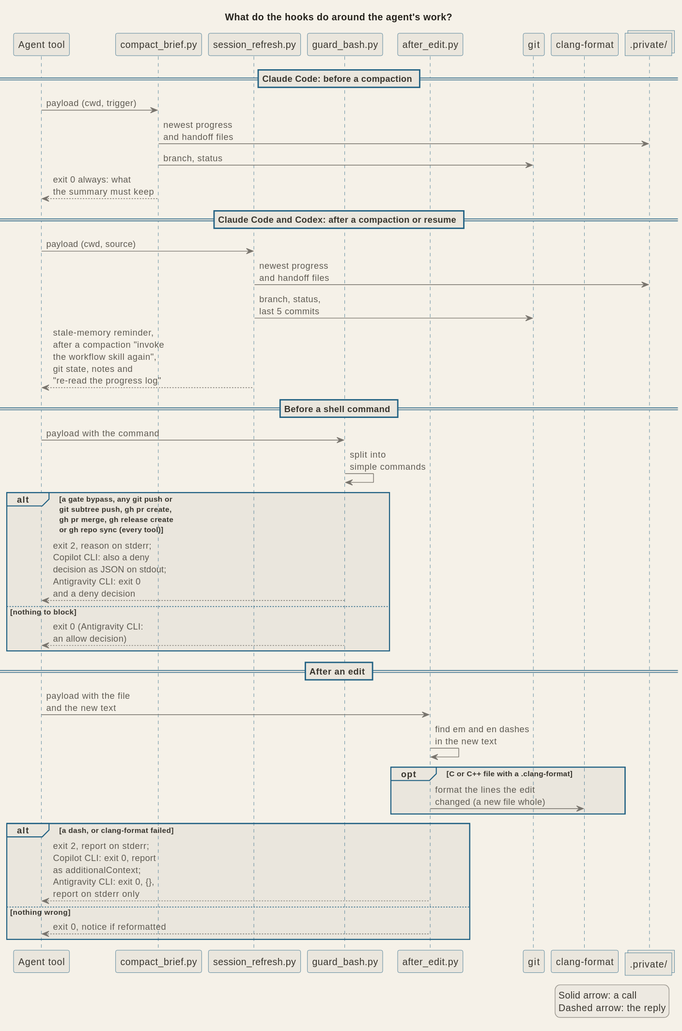
The PlantUML diagram docs/diagrams/arch_hooks.svg in signorenne/dotagents, before a commit.
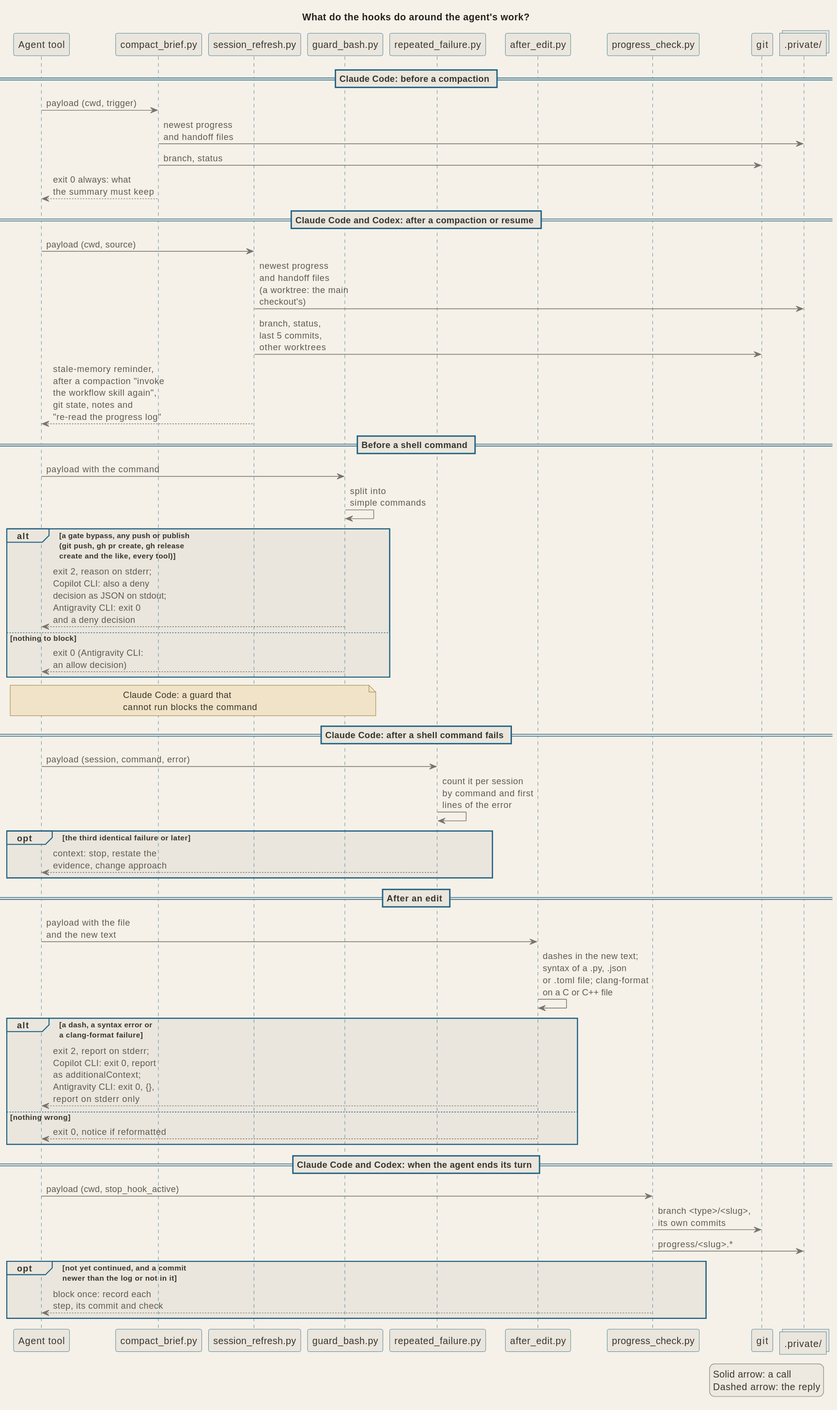
Above is the later version.

Commit message:
docs(architecture): draw the new hooks, the path rules and the stop check in the diagrams

The edit, as a diff of the source:
```diff
@@ -6,9 +6,10 @@
 participant "compact_brief.py" as brief
 participant "session_refresh.py" as refresh
 participant "guard_bash.py" as guard
+participant "repeated_failure.py" as failure
 participant "after_edit.py" as edit
+participant "progress_check.py" as progress
 participant "git" as git
-participant "clang-format" as format
 collections ".private/" as notes
 
 == Claude Code: before a compaction ==
@@ -19,29 +20,42 @@
 
 == Claude Code and Codex: after a compaction or resume ==
 tool -> refresh : payload (cwd, source)
-refresh -> notes : newest progress\nand handoff files
-refresh -> git : branch, status,\nlast 5 commits
+refresh -> notes : newest progress\nand handoff files\n(a worktree: the main\ncheckout's)
+refresh -> git : branch, status,\nlast 5 commits,\nother worktrees
 refresh --> tool : stale-memory reminder,\nafter a compaction "invoke\nthe workflow skill again",\ngit state, notes and\n"re-read the progress log"
 
 == Before a shell command ==
 tool -> guard : payload with the command
 guard -> guard : split into\nsimple commands
-alt a gate bypass, any git push or\ngit subtree push, gh pr create,\ngh pr merge, gh release create\nor gh repo sync (every tool)
+alt a gate bypass, any push or publish\n(git push, gh pr create, gh release\ncreate and the like, every tool)
   guard --> tool : exit 2, reason on stderr;\nCopilot CLI: also a deny\ndecision as JSON on stdout;\nAntigravity CLI: exit 0\nand a deny decision
 else nothing to block
   guard --> tool : exit 0 (Antigravity CLI:\nan allow decision)
 end
+note over tool, guard : Claude Code: a guard that\ncannot run blocks the command
+
+== Claude Code: after a shell command fails ==
+tool -> failure : payload (session, command, error)
+failure -> failure : count it per session\nby command and first\nlines of the error
+opt the third identical failure or later
+  failure --> tool : context: stop, restate the\nevidence, change approach
+end
 
 == After an edit ==
 tool -> edit : payload with the file\nand the new text
-edit -> edit : find em and en dashes\nin the new text
-opt C or C++ file with a .clang-format
-  edit -> format : format the lines the edit\nchanged (a new file whole)
-end
-alt a dash, or clang-format failed
+edit -> edit : dashes in the new text;\nsyntax of a .py, .json\nor .toml file; clang-format\non a C or C++ file
+alt a dash, a syntax error or\na clang-format failure
   edit --> tool : exit 2, report on stderr;\nCopilot CLI: exit 0, report\nas additionalContext;\nAntigravity CLI: exit 0, {},\nreport on stderr only
 else nothing wrong
   edit --> tool : exit 0, notice if reformatted
+end
+
+== Claude Code and Codex: when the agent ends its turn ==
+tool -> progress : payload (cwd, stop_hook_active)
+progress -> git : branch <type>/<slug>,\nits own commits
+progress -> notes : progress/<slug>.*
+opt not yet continued, and a commit\nnewer than the log or not in it
+  progress --> tool : block once: record each\nstep, its commit and check
 end
 
 legend right
```
